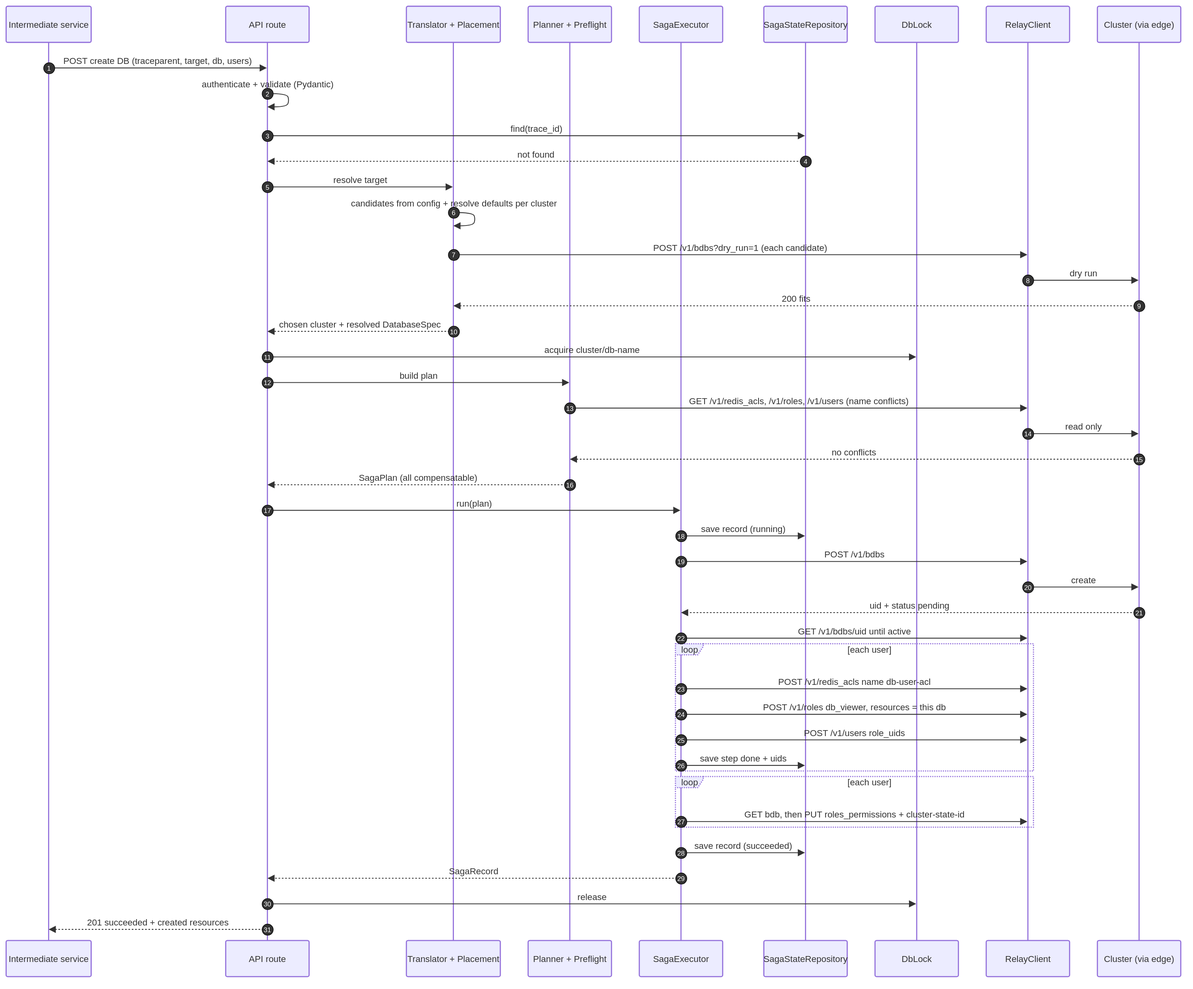
The draw.io diagram docs/dr/diagrams/05-seq-create-db.drawio.svg in EliShteinman/redis-enterprise-services, before a commit. Source tidied: cells renumbered, new cells last; positions are measured from the earlier drawing's top-left corner, leaving out a move shared by most shapes.
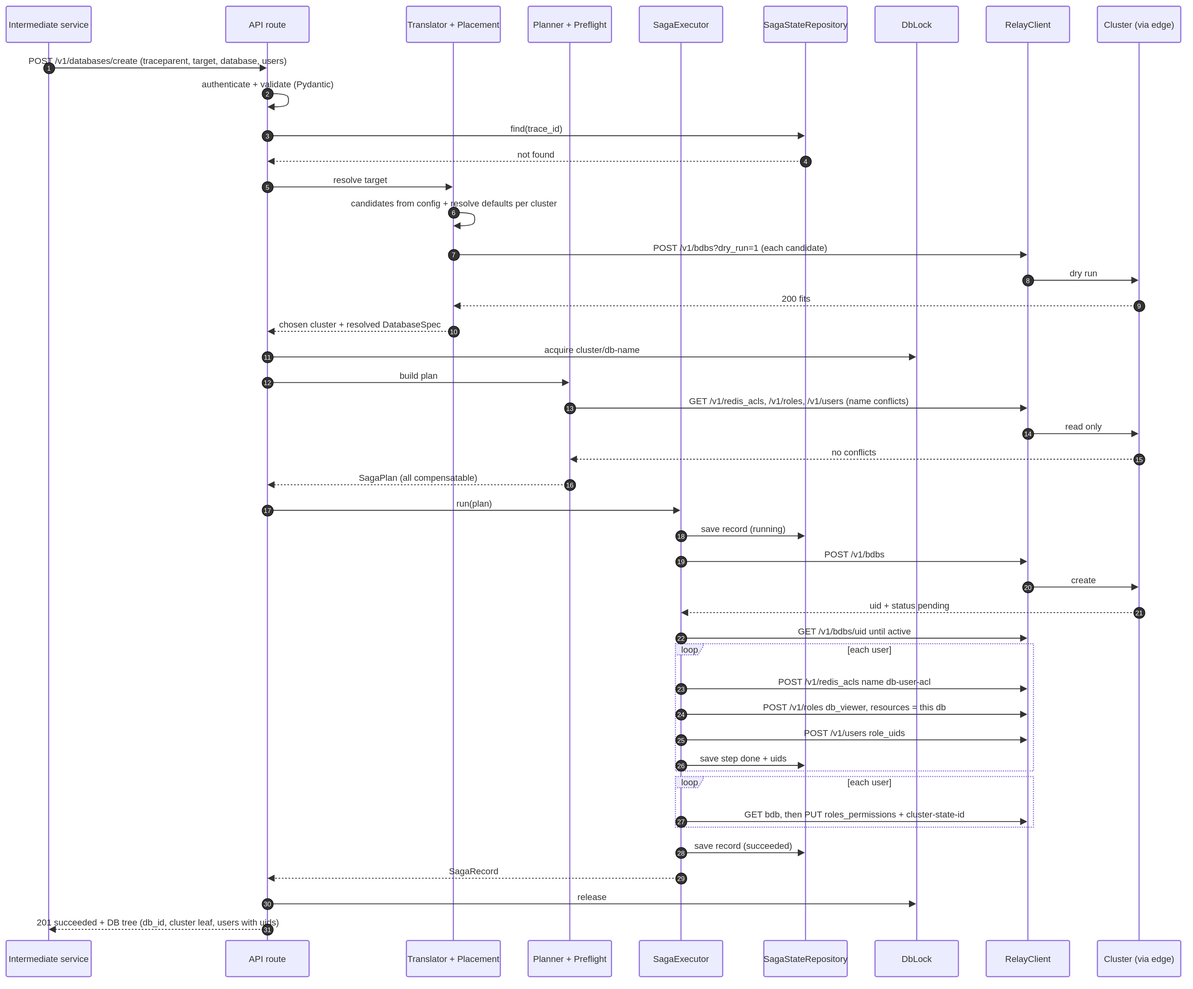
The same file after the commit.

Change to the diagram source:
```diff
@@ -41,7 +41,7 @@
     <mxCell id="14" value="[each user]" style="text;strokeColor=none;fillColor=none;align=center;verticalAlign=middle;whiteSpace=wrap;fontSize=16;fontFamily=Trebuchet MS,Verdana,Arial,sans-serif;fontColor=light-dark(#333333,#cccccc);" parent="13" vertex="1">
       <mxGeometry x="54" y="2" width="590" height="16" as="geometry" />
     </mxCell>
-    <mxCell id="15" value="POST create DB (traceparent, target, db, users)" style="endArrow=block;endSize=9;verticalAlign=bottom;spacingBottom=2;edgeStyle=sequenceEdgeStyle;libavoidRouting=0;curved=0;rounded=0;fontSize=16;labelBackgroundColor=none;strokeWidth=1.5;strokeColor=light-dark(#333333,#cccccc);fontColor=light-dark(#333333,#cccccc);fontFamily=Trebuchet MS,Verdana,Arial,sans-serif;" parent="1" edge="1" source="2" target="3">
+    <mxCell id="15" value="POST /v1/databases/create (traceparent, target, database, users)" style="endArrow=block;endSize=9;verticalAlign=bottom;spacingBottom=2;edgeStyle=sequenceEdgeStyle;libavoidRouting=0;curved=0;rounded=0;fontSize=16;labelBackgroundColor=none;strokeWidth=1.5;strokeColor=light-dark(#333333,#cccccc);fontColor=light-dark(#333333,#cccccc);fontFamily=Trebuchet MS,Verdana,Arial,sans-serif;" parent="1" edge="1" source="2" target="3">
       <mxGeometry relative="1" as="geometry">
         <Array as="points">
           <mxPoint x="273" y="111" />
@@ -351,7 +351,7 @@
     <mxCell id="76" value="30" style="ellipse;fillColor=light-dark(#333333,#cccccc);align=center;verticalAlign=middle;fontColor=light-dark(#FFFFFF,#333333);fontSize=12;" parent="1" vertex="1">
       <mxGeometry x="460" y="1605" width="20" height="20" as="geometry" />
     </mxCell>
-    <mxCell id="77" value="201 succeeded + created resources" style="dashed=1;fixDash=1;dashPattern=3 3;endArrow=block;endSize=9;verticalAlign=bottom;spacingBottom=2;edgeStyle=sequenceEdgeStyle;libavoidRouting=0;curved=0;rounded=0;fontSize=16;labelBackgroundColor=none;strokeWidth=1.5;strokeColor=light-dark(#333333,#cccccc);fontColor=light-dark(#333333,#cccccc);fontFamily=Trebuchet MS,Verdana,Arial,sans-serif;" parent="1" edge="1" source="3" target="2">
+    <mxCell id="77" value="201 succeeded + DB tree (db_id, cluster leaf, users with uids)" style="dashed=1;fixDash=1;dashPattern=3 3;endArrow=block;endSize=9;verticalAlign=bottom;spacingBottom=2;edgeStyle=sequenceEdgeStyle;libavoidRouting=0;curved=0;rounded=0;fontSize=16;labelBackgroundColor=none;strokeWidth=1.5;strokeColor=light-dark(#333333,#cccccc);fontColor=light-dark(#333333,#cccccc);fontFamily=Trebuchet MS,Verdana,Arial,sans-serif;" parent="1" edge="1" source="3" target="2">
       <mxGeometry relative="1" as="geometry">
         <Array as="points">
           <mxPoint x="273" y="1661" />
```
